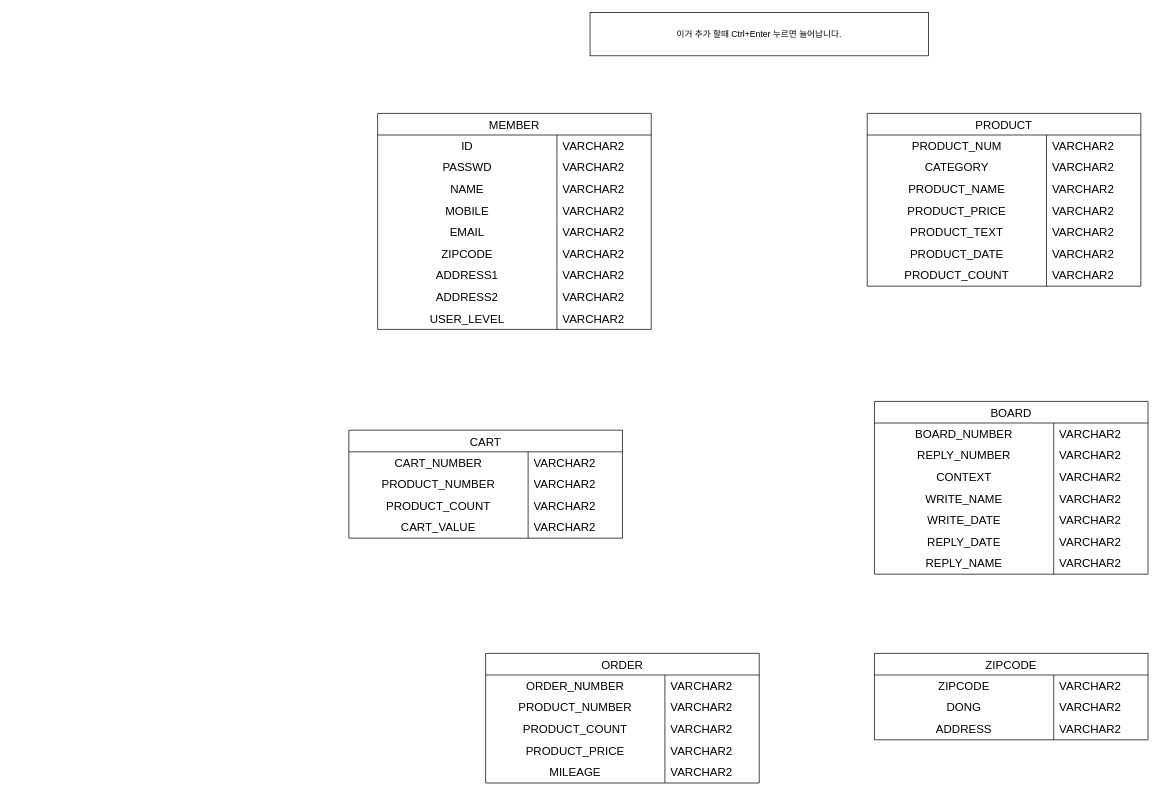
Before: 제목 없는 다이어그램.drawio in Rookies13/Senanam, a draw.io diagram. Source tidied: cells renumbered, new cells numbered last; positions are measured from the earlier drawing's top-left corner, leaving out a move shared by most shapes. Both pictures are drawn from the tidied source at 72%, with x=0, y=0 at pixel (348, 12).
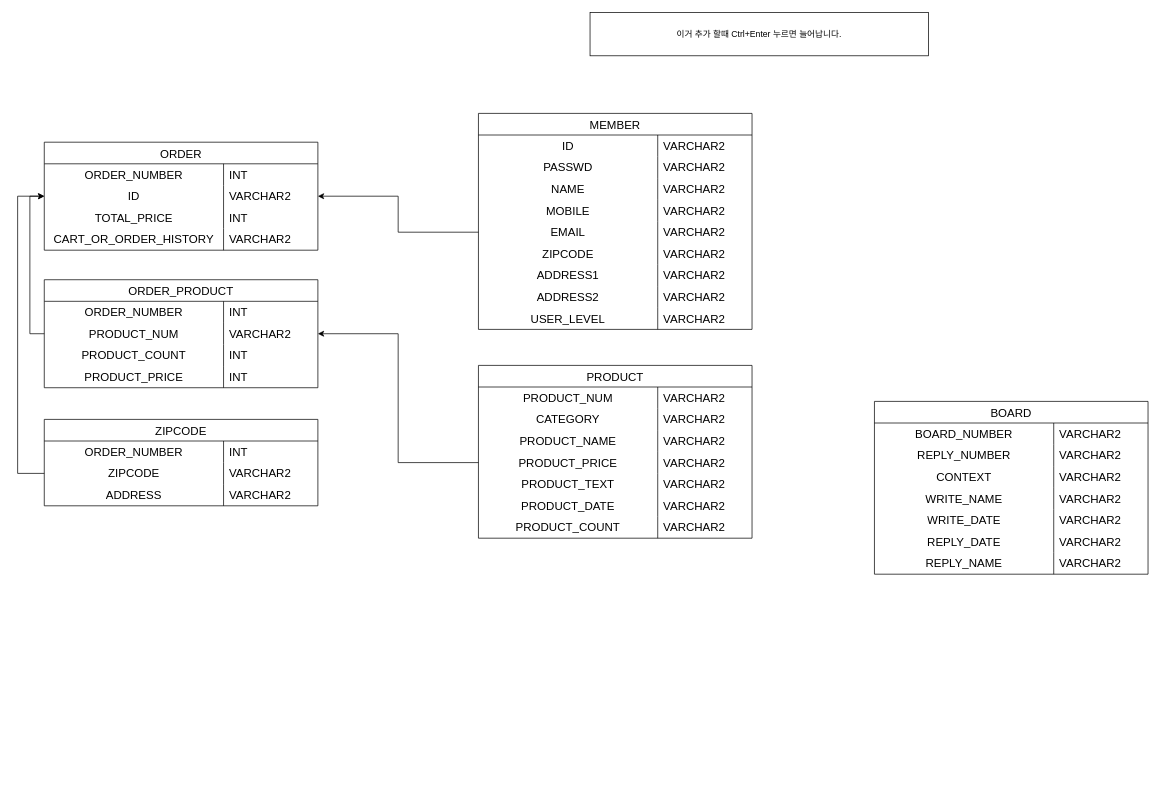
The same diagram, later.

Commit message:
제목 없는 다이어그램.drawio 결제

Unchanged cells that the change refers to:
```xml
<mxCell id="15" style="shape=tableRow;horizontal=0;startSize=0;swimlaneHead=0;swimlaneBody=0;top=0;left=0;bottom=0;right=0;fillColor=none;points=[[0,0.5],[1,0.5]];portConstraint=eastwest;strokeColor=inherit;fontSize=16;" parent="2" vertex="1">
  <mxGeometry y="150" width="380" height="30" as="geometry" />
</mxCell>
<mxCell id="41" style="shape=tableRow;horizontal=0;startSize=0;swimlaneHead=0;swimlaneBody=0;top=0;left=0;bottom=0;right=0;fillColor=none;points=[[0,0.5],[1,0.5]];portConstraint=eastwest;strokeColor=inherit;fontSize=16;" parent="31" vertex="1">
  <mxGeometry y="120" width="380" height="30" as="geometry" />
</mxCell>
<mxCell id="89" style="shape=tableRow;horizontal=0;startSize=0;swimlaneHead=0;swimlaneBody=0;top=0;left=0;bottom=0;right=0;fillColor=none;strokeColor=inherit;fontSize=16;" parent="88" vertex="1">
  <mxGeometry y="30" width="380" height="30" as="geometry" />
</mxCell>
<mxCell id="105" style="shape=tableRow;horizontal=0;startSize=0;swimlaneHead=0;swimlaneBody=0;top=0;left=0;bottom=0;right=0;fillColor=none;strokeColor=inherit;fontSize=16;" parent="104" vertex="1">
  <mxGeometry y="30" width="380" height="30" as="geometry" />
</mxCell>
<mxCell id="108" style="shape=tableRow;horizontal=0;startSize=0;swimlaneHead=0;swimlaneBody=0;top=0;left=0;bottom=0;right=0;fillColor=none;points=[[0,0.5],[1,0.5]];portConstraint=eastwest;strokeColor=inherit;fontSize=16;" parent="104" vertex="1">
  <mxGeometry y="60" width="380" height="30" as="geometry" />
</mxCell>
```

What changed in the source:
```diff
@@
     <mxCell id="2" value="MEMBER" style="shape=table;startSize=30;childLayout=tableLayout;rowLines=0;fontStyle=0;strokeColor=default;fontSize=16;" parent="1" vertex="1">
-      <mxGeometry x="40" y="140" width="380" height="300" as="geometry" />
+      <mxGeometry x="180" y="140" width="380" height="300" as="geometry" />
     </mxCell>
@@
     <mxCell id="31" value="PRODUCT" style="shape=table;startSize=30;childLayout=tableLayout;rowLines=0;fontStyle=0;strokeColor=default;fontSize=16;" parent="1" vertex="1">
-      <mxGeometry x="720" y="140" width="380" height="240" as="geometry" />
+      <mxGeometry x="180" y="490" width="380" height="240" as="geometry" />
     </mxCell>
@@
-    <mxCell id="53" value="CART" style="shape=table;startSize=30;childLayout=tableLayout;rowLines=0;fontStyle=0;strokeColor=default;fontSize=16;" parent="1" vertex="1">
-      <mxGeometry y="580" width="380" height="150" as="geometry" />
-    </mxCell>
-    <mxCell id="54" style="shape=tableRow;horizontal=0;startSize=0;swimlaneHead=0;swimlaneBody=0;top=0;left=0;bottom=0;right=0;fillColor=none;strokeColor=inherit;fontSize=16;" parent="53" vertex="1">
-      <mxGeometry y="30" width="380" height="30" as="geometry" />
-    </mxCell>
-    <mxCell id="55" value="CART_NUMBER" style="shape=partialRectangle;html=1;whiteSpace=wrap;fillColor=none;top=0;left=0;bottom=0;right=0;overflow=hidden;strokeColor=inherit;fontSize=16;" parent="54" vertex="1">
-      <mxGeometry width="249" height="30" as="geometry" />
-    </mxCell>
-    <mxCell id="56" value="VARCHAR2" style="shape=partialRectangle;html=1;whiteSpace=wrap;fillColor=none;top=0;left=0;bottom=0;right=0;align=left;spacingLeft=6;overflow=hidden;strokeColor=inherit;fontSize=16;" parent="54" vertex="1">
-      <mxGeometry x="249" width="131" height="30" as="geometry" />
-    </mxCell>
-    <mxCell id="57" style="shape=tableRow;horizontal=0;startSize=0;swimlaneHead=0;swimlaneBody=0;top=0;left=0;bottom=0;right=0;fillColor=none;strokeColor=inherit;fontSize=16;" parent="53" vertex="1">
-      <mxGeometry y="60" width="380" height="30" as="geometry" />
-    </mxCell>
-    <mxCell id="58" value="PRODUCT_NUMBER" style="shape=partialRectangle;html=1;whiteSpace=wrap;fillColor=none;top=0;left=0;bottom=0;right=0;overflow=hidden;strokeColor=inherit;fontSize=16;" parent="57" vertex="1">
-      <mxGeometry width="249" height="30" as="geometry" />
-    </mxCell>
-    <mxCell id="59" value="VARCHAR2" style="shape=partialRectangle;html=1;whiteSpace=wrap;fillColor=none;top=0;left=0;bottom=0;right=0;align=left;spacingLeft=6;overflow=hidden;strokeColor=inherit;fontSize=16;" parent="57" vertex="1">
-      <mxGeometry x="249" width="131" height="30" as="geometry" />
-    </mxCell>
-    <mxCell id="60" style="shape=tableRow;horizontal=0;startSize=0;swimlaneHead=0;swimlaneBody=0;top=0;left=0;bottom=0;right=0;fillColor=none;strokeColor=inherit;fontSize=16;" parent="53" vertex="1">
-      <mxGeometry y="90" width="380" height="30" as="geometry" />
-    </mxCell>
-    <mxCell id="61" value="PRODUCT_COUNT" style="shape=partialRectangle;html=1;whiteSpace=wrap;fillColor=none;top=0;left=0;bottom=0;right=0;overflow=hidden;strokeColor=inherit;fontSize=16;" parent="60" vertex="1">
-      <mxGeometry width="249" height="30" as="geometry" />
-    </mxCell>
-    <mxCell id="62" value="VARCHAR2" style="shape=partialRectangle;html=1;whiteSpace=wrap;fillColor=none;top=0;left=0;bottom=0;right=0;align=left;spacingLeft=6;overflow=hidden;strokeColor=inherit;fontSize=16;" parent="60" vertex="1">
-      <mxGeometry x="249" width="131" height="30" as="geometry" />
-    </mxCell>
-    <mxCell id="63" style="shape=tableRow;horizontal=0;startSize=0;swimlaneHead=0;swimlaneBody=0;top=0;left=0;bottom=0;right=0;fillColor=none;strokeColor=inherit;fontSize=16;" parent="53" vertex="1">
-      <mxGeometry y="120" width="380" height="30" as="geometry" />
-    </mxCell>
-    <mxCell id="64" value="CART_VALUE" style="shape=partialRectangle;html=1;whiteSpace=wrap;fillColor=none;top=0;left=0;bottom=0;right=0;overflow=hidden;strokeColor=inherit;fontSize=16;" parent="63" vertex="1">
-      <mxGeometry width="249" height="30" as="geometry" />
-    </mxCell>
-    <mxCell id="65" value="VARCHAR2" style="shape=partialRectangle;html=1;whiteSpace=wrap;fillColor=none;top=0;left=0;bottom=0;right=0;align=left;spacingLeft=6;overflow=hidden;strokeColor=inherit;fontSize=16;" parent="63" vertex="1">
-      <mxGeometry x="249" width="131" height="30" as="geometry" />
-    </mxCell>
@@
     <mxCell id="88" value="ORDER" style="shape=table;startSize=30;childLayout=tableLayout;rowLines=0;fontStyle=0;strokeColor=default;fontSize=16;" parent="1" vertex="1">
-      <mxGeometry x="190" y="890" width="380" height="180" as="geometry" />
+      <mxGeometry x="-423" y="180" width="380" height="150" as="geometry" />
     </mxCell>
@@
-    <mxCell id="91" value="VARCHAR2" style="shape=partialRectangle;html=1;whiteSpace=wrap;fillColor=none;top=0;left=0;bottom=0;right=0;align=left;spacingLeft=6;overflow=hidden;strokeColor=inherit;fontSize=16;" parent="89" vertex="1">
+    <mxCell id="91" value="INT" style="shape=partialRectangle;html=1;whiteSpace=wrap;fillColor=none;top=0;left=0;bottom=0;right=0;align=left;spacingLeft=6;overflow=hidden;strokeColor=inherit;fontSize=16;" parent="89" vertex="1">
       <mxGeometry x="249" width="131" height="30" as="geometry" />
     </mxCell>
-    <mxCell id="92" style="shape=tableRow;horizontal=0;startSize=0;swimlaneHead=0;swimlaneBody=0;top=0;left=0;bottom=0;right=0;fillColor=none;strokeColor=inherit;fontSize=16;" parent="88" vertex="1">
-      <mxGeometry y="60" width="380" height="30" as="geometry" />
-    </mxCell>
-    <mxCell id="93" value="PRODUCT_NUMBER" style="shape=partialRectangle;html=1;whiteSpace=wrap;fillColor=none;top=0;left=0;bottom=0;right=0;overflow=hidden;strokeColor=inherit;fontSize=16;" parent="92" vertex="1">
-      <mxGeometry width="249" height="30" as="geometry" />
-    </mxCell>
-    <mxCell id="94" value="VARCHAR2" style="shape=partialRectangle;html=1;whiteSpace=wrap;fillColor=none;top=0;left=0;bottom=0;right=0;align=left;spacingLeft=6;overflow=hidden;strokeColor=inherit;fontSize=16;" parent="92" vertex="1">
-      <mxGeometry x="249" width="131" height="30" as="geometry" />
-    </mxCell>
     <mxCell id="95" style="shape=tableRow;horizontal=0;startSize=0;swimlaneHead=0;swimlaneBody=0;top=0;left=0;bottom=0;right=0;fillColor=none;points=[[0,0.5],[1,0.5]];portConstraint=eastwest;strokeColor=inherit;fontSize=16;" parent="88" vertex="1">
-      <mxGeometry y="90" width="380" height="30" as="geometry" />
+      <mxGeometry y="60" width="380" height="30" as="geometry" />
     </mxCell>
-    <mxCell id="96" value="PRODUCT_COUNT" style="shape=partialRectangle;html=1;whiteSpace=wrap;fillColor=none;top=0;left=0;bottom=0;right=0;overflow=hidden;strokeColor=inherit;fontSize=16;" parent="95" vertex="1">
+    <mxCell id="96" value="ID" style="shape=partialRectangle;html=1;whiteSpace=wrap;fillColor=none;top=0;left=0;bottom=0;right=0;overflow=hidden;strokeColor=inherit;fontSize=16;" parent="95" vertex="1">
       <mxGeometry width="249" height="30" as="geometry" />
     </mxCell>
@@
     <mxCell id="98" style="shape=tableRow;horizontal=0;startSize=0;swimlaneHead=0;swimlaneBody=0;top=0;left=0;bottom=0;right=0;fillColor=none;strokeColor=inherit;fontSize=16;" parent="88" vertex="1">
-      <mxGeometry y="120" width="380" height="30" as="geometry" />
+      <mxGeometry y="90" width="380" height="30" as="geometry" />
     </mxCell>
-    <mxCell id="99" value="PRODUCT_PRICE" style="shape=partialRectangle;html=1;whiteSpace=wrap;fillColor=none;top=0;left=0;bottom=0;right=0;overflow=hidden;strokeColor=inherit;fontSize=16;" parent="98" vertex="1">
+    <mxCell id="99" value="TOTAL_PRICE" style="shape=partialRectangle;html=1;whiteSpace=wrap;fillColor=none;top=0;left=0;bottom=0;right=0;overflow=hidden;strokeColor=inherit;fontSize=16;" parent="98" vertex="1">
       <mxGeometry width="249" height="30" as="geometry" />
     </mxCell>
-    <mxCell id="100" value="VARCHAR2" style="shape=partialRectangle;html=1;whiteSpace=wrap;fillColor=none;top=0;left=0;bottom=0;right=0;align=left;spacingLeft=6;overflow=hidden;strokeColor=inherit;fontSize=16;" parent="98" vertex="1">
+    <mxCell id="100" value="INT" style="shape=partialRectangle;html=1;whiteSpace=wrap;fillColor=none;top=0;left=0;bottom=0;right=0;align=left;spacingLeft=6;overflow=hidden;strokeColor=inherit;fontSize=16;" parent="98" vertex="1">
       <mxGeometry x="249" width="131" height="30" as="geometry" />
     </mxCell>
     <mxCell id="101" style="shape=tableRow;horizontal=0;startSize=0;swimlaneHead=0;swimlaneBody=0;top=0;left=0;bottom=0;right=0;fillColor=none;strokeColor=inherit;fontSize=16;" parent="88" vertex="1">
-      <mxGeometry y="150" width="380" height="30" as="geometry" />
+      <mxGeometry y="120" width="380" height="30" as="geometry" />
     </mxCell>
-    <mxCell id="102" value="MILEAGE" style="shape=partialRectangle;html=1;whiteSpace=wrap;fillColor=none;top=0;left=0;bottom=0;right=0;overflow=hidden;strokeColor=inherit;fontSize=16;" parent="101" vertex="1">
+    <mxCell id="102" value="CART_OR_ORDER_HISTORY" style="shape=partialRectangle;html=1;whiteSpace=wrap;fillColor=none;top=0;left=0;bottom=0;right=0;overflow=hidden;strokeColor=inherit;fontSize=16;" parent="101" vertex="1">
       <mxGeometry width="249" height="30" as="geometry" />
     </mxCell>
@@
     <mxCell id="104" value="ZIPCODE" style="shape=table;startSize=30;childLayout=tableLayout;rowLines=0;fontStyle=0;strokeColor=default;fontSize=16;" parent="1" vertex="1">
-      <mxGeometry x="730" y="890" width="380" height="120" as="geometry" />
+      <mxGeometry x="-423" y="565" width="380" height="120" as="geometry" />
     </mxCell>
@@
-    <mxCell id="106" value="ZIPCODE" style="shape=partialRectangle;html=1;whiteSpace=wrap;fillColor=none;top=0;left=0;bottom=0;right=0;overflow=hidden;strokeColor=inherit;fontSize=16;" parent="105" vertex="1">
+    <mxCell id="106" value="ORDER_NUMBER" style="shape=partialRectangle;html=1;whiteSpace=wrap;fillColor=none;top=0;left=0;bottom=0;right=0;overflow=hidden;strokeColor=inherit;fontSize=16;" parent="105" vertex="1">
       <mxGeometry width="249" height="30" as="geometry" />
     </mxCell>
-    <mxCell id="107" value="VARCHAR2" style="shape=partialRectangle;html=1;whiteSpace=wrap;fillColor=none;top=0;left=0;bottom=0;right=0;align=left;spacingLeft=6;overflow=hidden;strokeColor=inherit;fontSize=16;" parent="105" vertex="1">
+    <mxCell id="107" value="INT" style="shape=partialRectangle;html=1;whiteSpace=wrap;fillColor=none;top=0;left=0;bottom=0;right=0;align=left;spacingLeft=6;overflow=hidden;strokeColor=inherit;fontSize=16;" parent="105" vertex="1">
       <mxGeometry x="249" width="131" height="30" as="geometry" />
     </mxCell>
@@
-    <mxCell id="109" value="DONG" style="shape=partialRectangle;html=1;whiteSpace=wrap;fillColor=none;top=0;left=0;bottom=0;right=0;overflow=hidden;strokeColor=inherit;fontSize=16;" parent="108" vertex="1">
+    <mxCell id="109" value="ZIPCODE" style="shape=partialRectangle;html=1;whiteSpace=wrap;fillColor=none;top=0;left=0;bottom=0;right=0;overflow=hidden;strokeColor=inherit;fontSize=16;" parent="108" vertex="1">
       <mxGeometry width="249" height="30" as="geometry" />
     </mxCell>
@@
+    <mxCell id="114" value="ORDER_PRODUCT" style="shape=table;startSize=30;childLayout=tableLayout;rowLines=0;fontStyle=0;strokeColor=default;fontSize=16;" parent="1" vertex="1">
+      <mxGeometry x="-423" y="371" width="380" height="150" as="geometry" />
+    </mxCell>
+    <mxCell id="54" style="shape=tableRow;horizontal=0;startSize=0;swimlaneHead=0;swimlaneBody=0;top=0;left=0;bottom=0;right=0;fillColor=none;strokeColor=inherit;fontSize=16;" parent="114" vertex="1">
+      <mxGeometry y="30" width="380" height="30" as="geometry" />
+    </mxCell>
+    <mxCell id="115" value="ORDER_NUMBER" style="shape=partialRectangle;html=1;whiteSpace=wrap;fillColor=none;top=0;left=0;bottom=0;right=0;overflow=hidden;strokeColor=inherit;fontSize=16;" parent="54" vertex="1">
+      <mxGeometry width="249" height="30" as="geometry" />
+    </mxCell>
+    <mxCell id="116" value="INT" style="shape=partialRectangle;html=1;whiteSpace=wrap;fillColor=none;top=0;left=0;bottom=0;right=0;align=left;spacingLeft=6;overflow=hidden;strokeColor=inherit;fontSize=16;" parent="54" vertex="1">
+      <mxGeometry x="249" width="131" height="30" as="geometry" />
+    </mxCell>
+    <mxCell id="117" style="shape=tableRow;horizontal=0;startSize=0;swimlaneHead=0;swimlaneBody=0;top=0;left=0;bottom=0;right=0;fillColor=none;points=[[0,0.5],[1,0.5]];portConstraint=eastwest;strokeColor=inherit;fontSize=16;" parent="114" vertex="1">
+      <mxGeometry y="60" width="380" height="30" as="geometry" />
+    </mxCell>
+    <mxCell id="118" value="PRODUCT_NUM" style="shape=partialRectangle;html=1;whiteSpace=wrap;fillColor=none;top=0;left=0;bottom=0;right=0;overflow=hidden;strokeColor=inherit;fontSize=16;" parent="117" vertex="1">
+      <mxGeometry width="249" height="30" as="geometry" />
+    </mxCell>
+    <mxCell id="119" value="VARCHAR2" style="shape=partialRectangle;html=1;whiteSpace=wrap;fillColor=none;top=0;left=0;bottom=0;right=0;align=left;spacingLeft=6;overflow=hidden;strokeColor=inherit;fontSize=16;" parent="117" vertex="1">
+      <mxGeometry x="249" width="131" height="30" as="geometry" />
+    </mxCell>
+    <mxCell id="60" style="shape=tableRow;horizontal=0;startSize=0;swimlaneHead=0;swimlaneBody=0;top=0;left=0;bottom=0;right=0;fillColor=none;strokeColor=inherit;fontSize=16;" parent="114" vertex="1">
+      <mxGeometry y="90" width="380" height="30" as="geometry" />
+    </mxCell>
+    <mxCell id="61" value="PRODUCT_COUNT" style="shape=partialRectangle;html=1;whiteSpace=wrap;fillColor=none;top=0;left=0;bottom=0;right=0;overflow=hidden;strokeColor=inherit;fontSize=16;" parent="60" vertex="1">
+      <mxGeometry width="249" height="30" as="geometry" />
+    </mxCell>
+    <mxCell id="120" value="INT" style="shape=partialRectangle;html=1;whiteSpace=wrap;fillColor=none;top=0;left=0;bottom=0;right=0;align=left;spacingLeft=6;overflow=hidden;strokeColor=inherit;fontSize=16;" parent="60" vertex="1">
+      <mxGeometry x="249" width="131" height="30" as="geometry" />
+    </mxCell>
+    <mxCell id="63" style="shape=tableRow;horizontal=0;startSize=0;swimlaneHead=0;swimlaneBody=0;top=0;left=0;bottom=0;right=0;fillColor=none;strokeColor=inherit;fontSize=16;" parent="114" vertex="1">
+      <mxGeometry y="120" width="380" height="30" as="geometry" />
+    </mxCell>
+    <mxCell id="121" value="PRODUCT_PRICE" style="shape=partialRectangle;html=1;whiteSpace=wrap;fillColor=none;top=0;left=0;bottom=0;right=0;overflow=hidden;strokeColor=inherit;fontSize=16;" parent="63" vertex="1">
+      <mxGeometry width="249" height="30" as="geometry" />
+    </mxCell>
+    <mxCell id="122" value="INT" style="shape=partialRectangle;html=1;whiteSpace=wrap;fillColor=none;top=0;left=0;bottom=0;right=0;align=left;spacingLeft=6;overflow=hidden;strokeColor=inherit;fontSize=16;" parent="63" vertex="1">
+      <mxGeometry x="249" width="131" height="30" as="geometry" />
+    </mxCell>
+    <mxCell id="123" style="edgeStyle=orthogonalEdgeStyle;rounded=0;jettySize=auto;html=1;exitX=0;exitY=0.5;exitDx=0;exitDy=0;entryX=1;entryY=0.5;entryDx=0;entryDy=0;" parent="1" edge="1" source="15" target="95">
+      <mxGeometry relative="1" as="geometry" />
+    </mxCell>
+    <mxCell id="124" style="edgeStyle=orthogonalEdgeStyle;rounded=0;jettySize=auto;html=1;exitX=0;exitY=0.5;exitDx=0;exitDy=0;entryX=1;entryY=0.5;entryDx=0;entryDy=0;" parent="1" edge="1" source="41" target="117">
+      <mxGeometry relative="1" as="geometry" />
+    </mxCell>
+    <mxCell id="125" style="edgeStyle=orthogonalEdgeStyle;rounded=0;jettySize=auto;html=1;exitX=0;exitY=0.5;exitDx=0;exitDy=0;entryX=0;entryY=0.5;entryDx=0;entryDy=0;" parent="1" edge="1" source="117" target="95">
+      <mxGeometry relative="1" as="geometry" />
+    </mxCell>
+    <mxCell id="126" style="edgeStyle=orthogonalEdgeStyle;rounded=0;jettySize=auto;html=1;exitX=0;exitY=0.5;exitDx=0;exitDy=0;entryX=0;entryY=0.5;entryDx=0;entryDy=0;" parent="1" edge="1" source="108" target="95">
+      <mxGeometry relative="1" as="geometry">
+        <Array as="points">
+          <mxPoint x="-460" y="640" />
+          <mxPoint x="-460" y="255" />
+        </Array>
+      </mxGeometry>
+    </mxCell>
```
